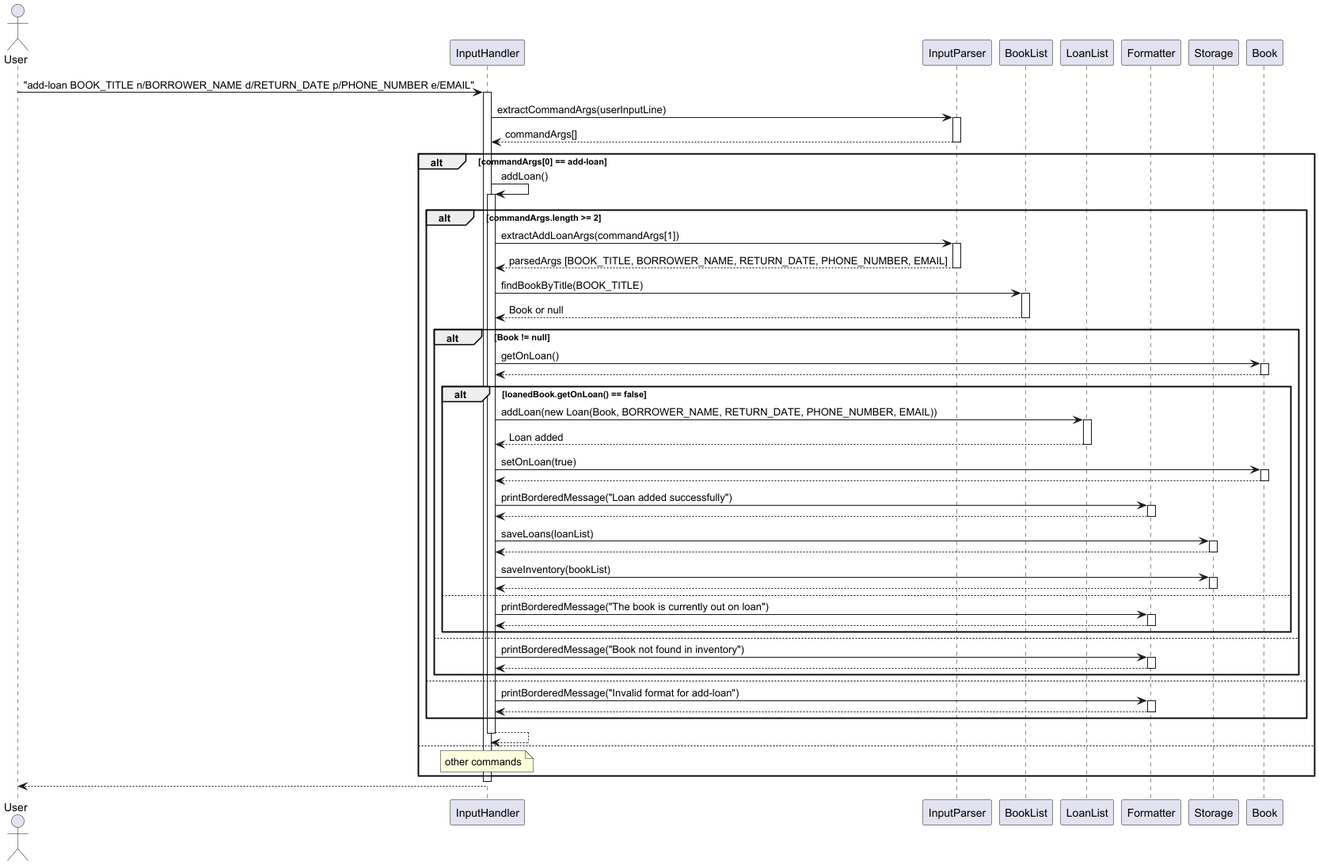
Before: docs/images/addLoan.png, a diagram exported from PlantUML (AY2425S2-CS2113-T12-2/tp). Source of this version:
```plantuml
@startuml
actor User
participant InputHandler
participant InputParser
participant BookList
participant LoanList
participant Formatter
participant Storage

User -> InputHandler: "add-loan BOOK_TITLE n/BORROWER_NAME d/RETURN_DATE p/PHONE_NUMBER e/EMAIL"
activate InputHandler

InputHandler -> InputParser: extractCommandArgs(userInputLine)
activate InputParser

InputParser --> InputHandler: commandArgs[]
deactivate InputParser

alt commandArgs[0] == add-loan
    InputHandler -> InputHandler : addLoan()
    activate InputHandler

alt commandArgs.length >= 2
    InputHandler -> InputParser: extractAddLoanArgs(commandArgs[1])
    activate InputParser

    InputParser --> InputHandler: parsedArgs [BOOK_TITLE, BORROWER_NAME, RETURN_DATE, PHONE_NUMBER, EMAIL]
    deactivate InputParser

    InputHandler -> BookList: findBookByTitle(BOOK_TITLE)
    activate BookList

    BookList --> InputHandler: Book or null
    deactivate BookList

    alt Book != null
        InputHandler -> Book: getOnLoan()
        activate Book

        Book --> InputHandler
        deactivate Book

        alt loanedBook.getOnLoan() == false
            InputHandler -> LoanList: addLoan(new Loan(Book, BORROWER_NAME, RETURN_DATE, PHONE_NUMBER, EMAIL))
            activate LoanList
            LoanList --> InputHandler: Loan added
            deactivate LoanList

            InputHandler -> Book: setOnLoan(true)
            activate Book

            Book --> InputHandler
            deactivate Book

            InputHandler -> Formatter: printBorderedMessage("Loan added successfully")
            activate Formatter

            Formatter --> InputHandler
            deactivate Formatter

            InputHandler -> Storage: saveLoans(loanList)
            activate Storage

            Storage --> InputHandler
            deactivate Storage

            InputHandler -> Storage: saveInventory(bookList)
            activate Storage

            Storage --> InputHandler
            deactivate Storage

        else
            InputHandler -> Formatter: printBorderedMessage("The book is currently out on loan")
            activate Formatter

            Formatter --> InputHandler
            deactivate Formatter
        end
    else
        InputHandler -> Formatter: printBorderedMessage("Book not found in inventory")
        activate Formatter

        Formatter --> InputHandler
        deactivate Formatter
    end

    else
        InputHandler -> Formatter: printBorderedMessage("Invalid format for add-loan")
        activate Formatter
        Formatter --> InputHandler
        deactivate Formatter
    end

InputHandler --> InputHandler
deactivate InputHandler

else
    note over InputHandler : other commands
end

deactivate InputHandler
InputHandler --> User
@enduml
```
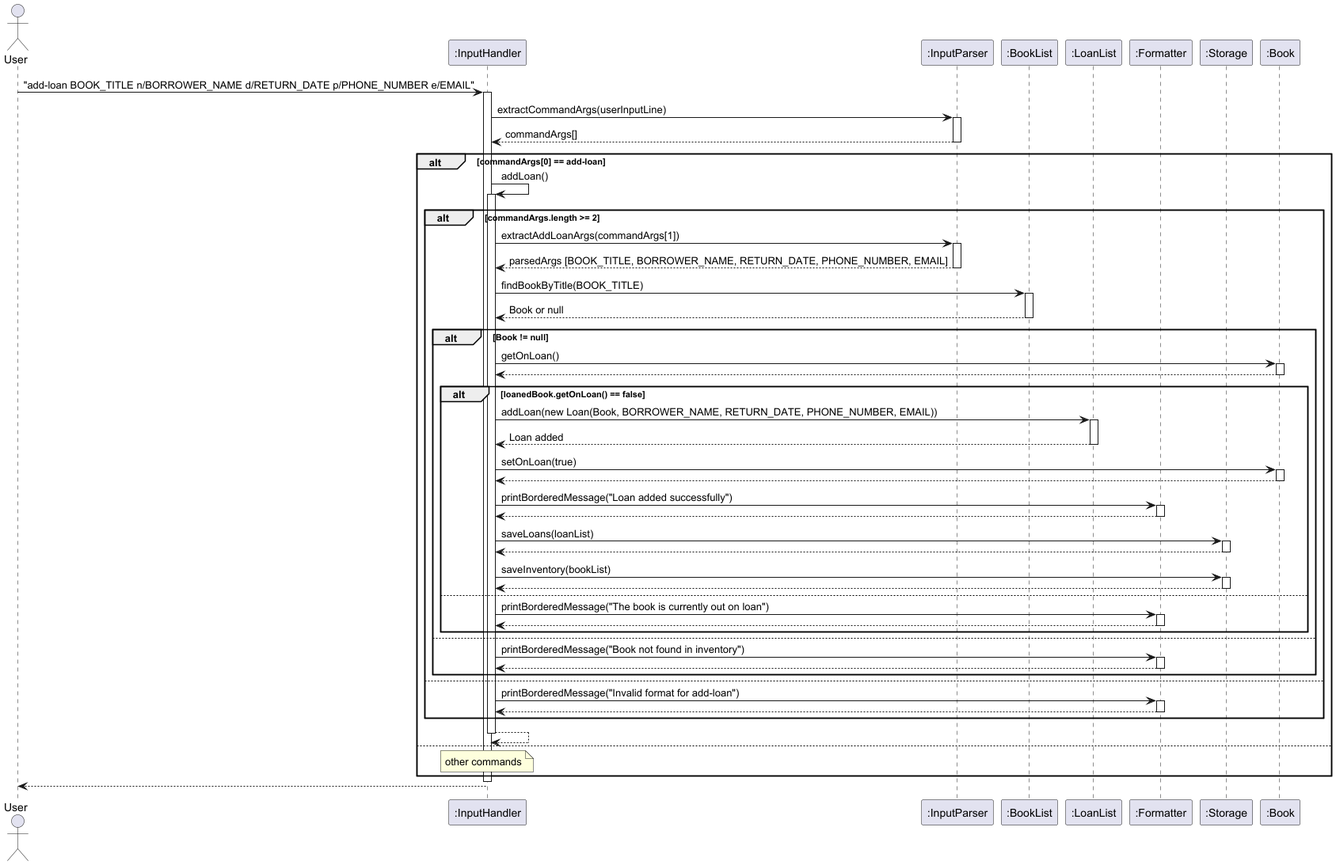
After the commit.

Change to the diagram source:
```diff
@@ -1,11 +1,12 @@
 @startuml
 actor User
-participant InputHandler
-participant InputParser
-participant BookList
-participant LoanList
-participant Formatter
-participant Storage
+participant InputHandler as ":InputHandler"
+participant InputParser as ":InputParser"
+participant BookList as ":BookList"
+participant LoanList as ":LoanList"
+participant Formatter as ":Formatter"
+participant Storage as ":Storage"
+participant Book as ":Book"
 
 User -> InputHandler: "add-loan BOOK_TITLE n/BORROWER_NAME d/RETURN_DATE p/PHONE_NUMBER e/EMAIL"
 activate InputHandler
```
